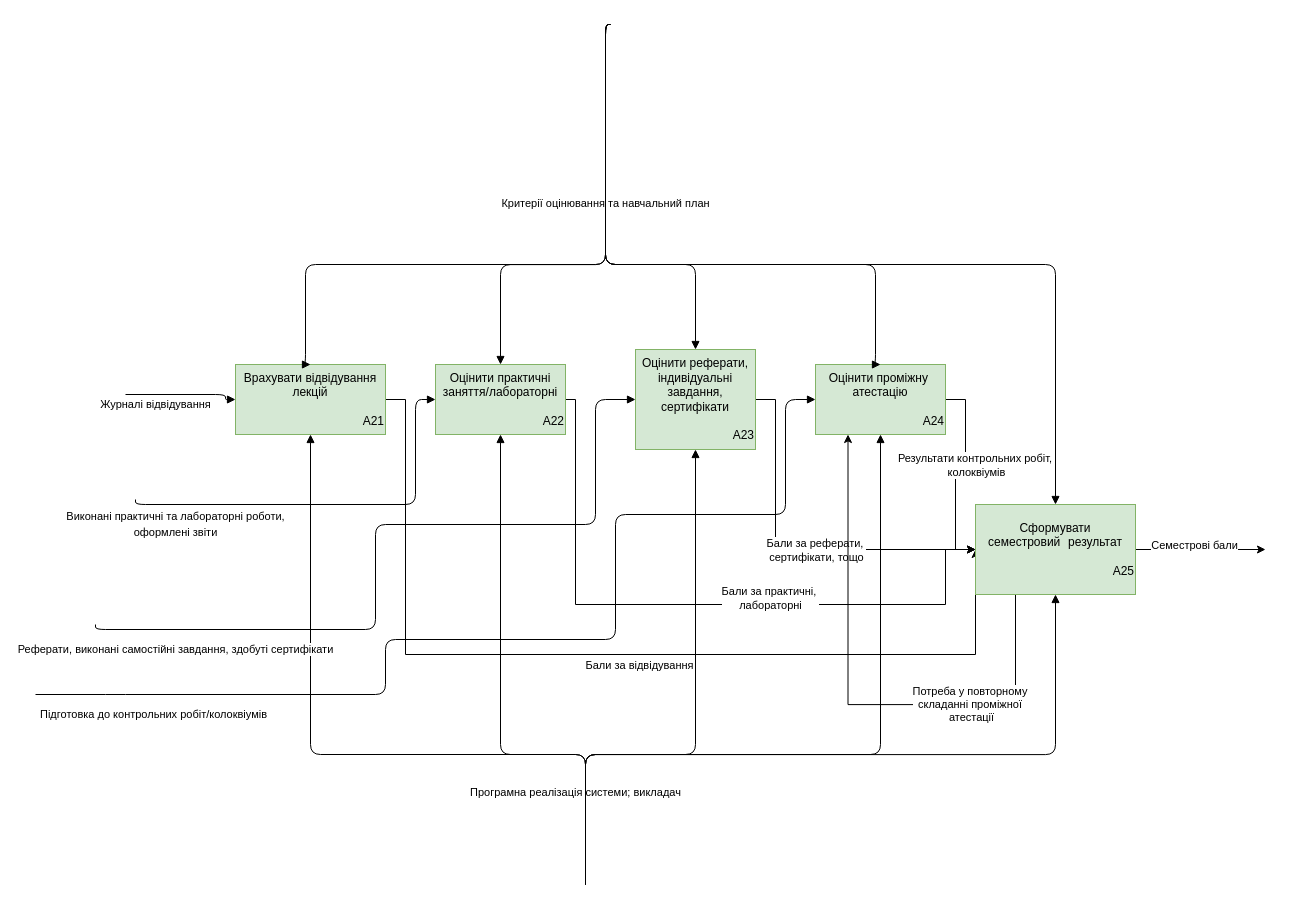
This is page "A2 Декомпозиція семестрового оцінювання" (3 of 8) of Lab1.drawio from MikeSydo/Development-and-Design-of-Information-Systems, a draw.io file, before an edit. Source tidied: cells renumbered, new cells numbered last; positions are measured from the earlier drawing's top-left corner, leaving out a move shared by most shapes. Both pictures are drawn from the tidied source at 100%, with x=0, y=0 at pixel (35, 24).
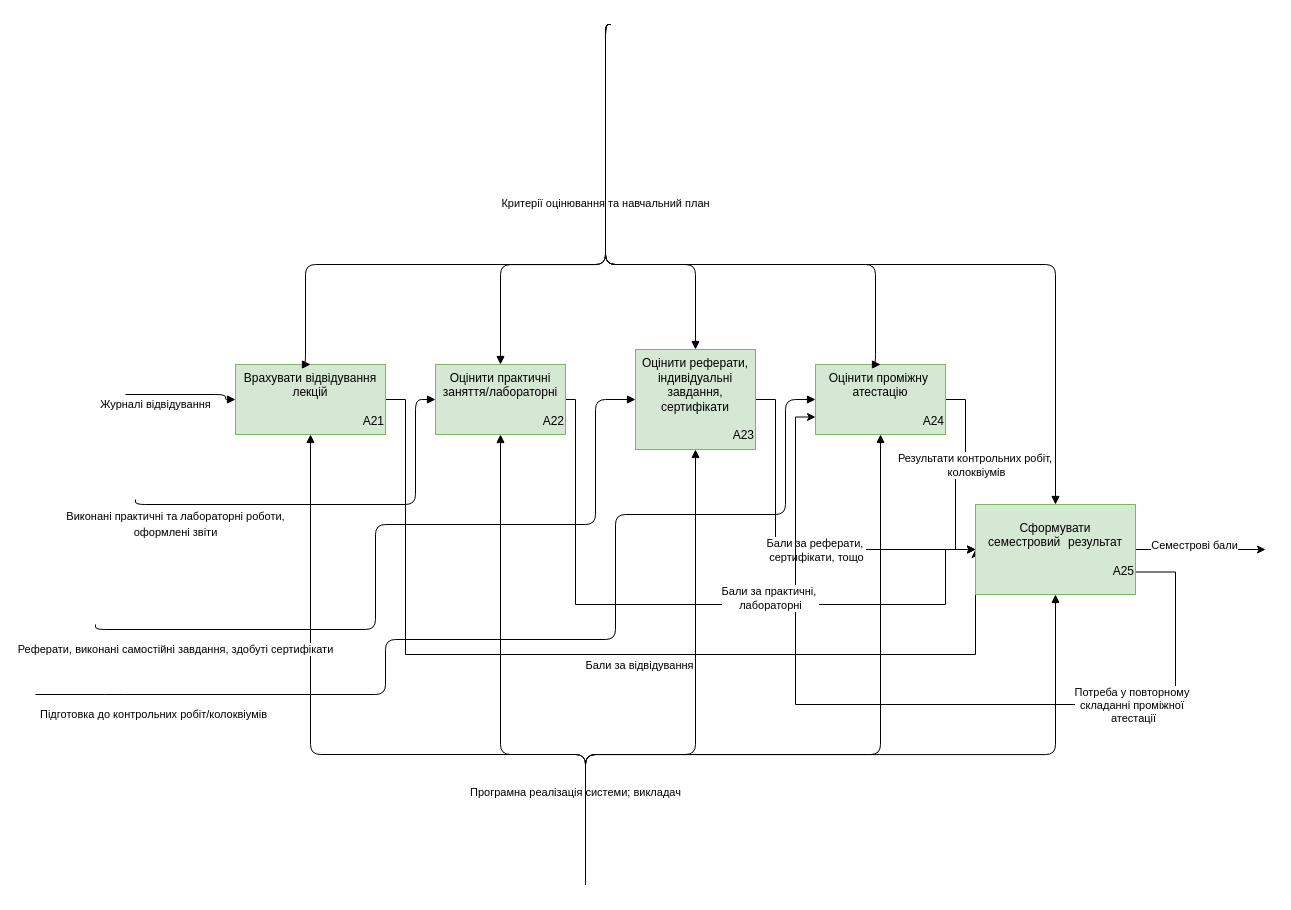
The same diagram, later.

The change refers to these unchanged cells:
```xml
<mxCell id="12" value="&lt;div&gt;Оцінити проміжну&amp;nbsp; атестацію&lt;/div&gt;&lt;div&gt;&lt;br&gt;&lt;/div&gt;&lt;div align=&quot;right&quot;&gt;А24&lt;/div&gt;" style="whiteSpace=wrap;html=1;fillColor=#d5e8d4;strokeColor=#82b366;" parent="1" vertex="1">
  <mxGeometry x="780" y="340" width="130" height="70" as="geometry" />
</mxCell>
<mxCell id="18" value="&lt;div&gt;Сформувати семестровий&lt;span style=&quot;white-space: pre;&quot;&gt;&#9;результат&lt;/span&gt;&lt;/div&gt;&lt;div&gt;&lt;br&gt;&lt;/div&gt;&lt;div align=&quot;right&quot;&gt;А25&lt;/div&gt;" style="whiteSpace=wrap;html=1;fillColor=#d5e8d4;strokeColor=#82b366;" parent="1" vertex="1">
  <mxGeometry x="940" y="480" width="160" height="90" as="geometry" />
</mxCell>
```

Diff of the diagram source:
```diff
@@
-    <mxCell id="16" style="edgeStyle=orthogonalEdgeStyle;rounded=0;jettySize=auto;html=1;exitX=0.25;exitY=1;exitDx=0;exitDy=0;entryX=0.25;entryY=1;entryDx=0;entryDy=0;" parent="1" edge="1" source="18" target="12">
+    <mxCell id="16" style="edgeStyle=orthogonalEdgeStyle;rounded=0;jettySize=auto;html=1;exitX=1;exitY=0.75;exitDx=0;exitDy=0;entryX=0;entryY=0.75;entryDx=0;entryDy=0;" parent="1" edge="1" source="18" target="12">
       <mxGeometry relative="1" as="geometry">
         <Array as="points">
-          <mxPoint x="980" y="680.1" />
-          <mxPoint x="812.5" y="680.1" />
+          <mxPoint x="1140" y="547.6" />
+          <mxPoint x="1140" y="680" />
+          <mxPoint x="760" y="680" />
+          <mxPoint x="760" y="392.4" />
         </Array>
       </mxGeometry>
     </mxCell>
     <mxCell id="17" value="&lt;div&gt;Потреба у повторному&amp;nbsp;&lt;/div&gt;&lt;div&gt;складанні проміжної&amp;nbsp;&lt;/div&gt;&lt;div&gt;атестації&lt;/div&gt;" style="edgeLabel;html=1;align=center;verticalAlign=middle;" parent="16" vertex="1">
       <mxGeometry x="-0.43" y="-1" relative="1" as="geometry">
-        <mxPoint x="1" as="offset" />
+        <mxPoint x="30" y="1" as="offset" />
       </mxGeometry>
     </mxCell>
```
